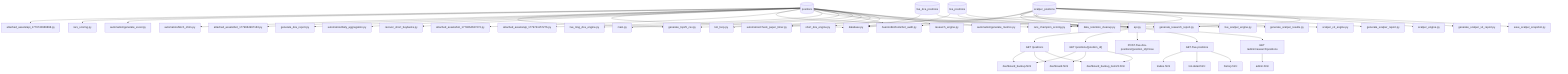
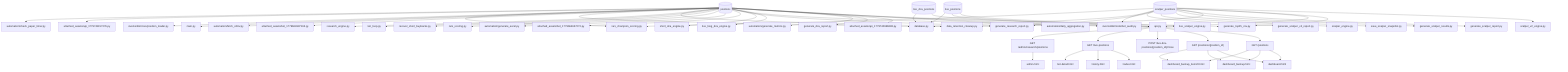
graph TD
+     positions[("positions")] --> automation_daily_aggregation_py["automation/daily_aggregation.py"]
+     positions[("positions")] --> AverionBot_tools_bot_audit_py["AverionBot/tools/bot_audit.py"]
    positions[("positions")] --> attached_assets_api_1779740966898_py["attached_assets/api_1779740966898.py"]
-     positions[("positions")] --> rars_scoring_py["rars_scoring.py"]
-     positions[("positions")] --> automation_generate_excel_py["automation/generate_excel.py"]
+     positions[("positions")] --> generate_dca_report_py["generate_dca_report.py"]
+     positions[("positions")] --> automation_generate_metrics_py["automation/generate_metrics.py"]
    positions[("positions")] --> generate_top25_csv_py["generate_top25_csv.py"]
-     positions[("positions")] --> automation_fetch_ohlcv_py["automation/fetch_ohlcv.py"]
-     positions[("positions")] --> attached_assets_bot_1779664997163_py["attached_assets/bot_1779664997163.py"]
-     positions[("positions")] --> generate_dca_report_py["generate_dca_report.py"]
-     positions[("positions")] --> database_py["database.py"]
-     positions[("positions")] --> automation_daily_aggregation_py["automation/daily_aggregation.py"]
-     positions[("positions")] --> recover_short_buybacks_py["recover_short_buybacks.py"]
-     positions[("positions")] --> rars_champion_scoring_py["rars_champion_scoring.py"]
-     positions[("positions")] --> attached_assets_bot_1779664637272_py["attached_assets/bot_1779664637272.py"]
-     positions[("positions")] --> generate_research_report_py["generate_research_report.py"]
-     positions[("positions")] --> attached_assets_api_1779741157276_py["attached_assets/api_1779741157276.py"]
-     positions[("positions")] --> AverionBot_tools_bot_audit_py["AverionBot/tools/bot_audit.py"]
-     positions[("positions")] --> data_retention_cleanup_py["data_retention_cleanup.py"]
    positions[("positions")] --> live_long_dca_engine_py["live_long_dca_engine.py"]
    positions[("positions")] --> api_py["api.py"]
+     positions[("positions")] --> short_dca_engine_py["short_dca_engine.py"]
+     positions[("positions")] --> generate_research_report_py["generate_research_report.py"]
+     positions[("positions")] --> attached_assets_bot_1779664637272_py["attached_assets/bot_1779664637272.py"]
+     positions[("positions")] --> automation_generate_excel_py["automation/generate_excel.py"]
+     positions[("positions")] --> rars_scoring_py["rars_scoring.py"]
+     positions[("positions")] --> recover_short_buybacks_py["recover_short_buybacks.py"]
+     positions[("positions")] --> bot_loop_py["bot_loop.py"]
+     positions[("positions")] --> research_engine_py["research_engine.py"]
+     positions[("positions")] --> data_retention_cleanup_py["data_retention_cleanup.py"]
+     positions[("positions")] --> database_py["database.py"]
+     positions[("positions")] --> attached_assets_bot_1779664997163_py["attached_assets/bot_1779664997163.py"]
+     positions[("positions")] --> automation_fetch_ohlcv_py["automation/fetch_ohlcv.py"]
    positions[("positions")] --> main_py["main.py"]
-     positions[("positions")] --> bot_loop_py["bot_loop.py"]
+     positions[("positions")] --> AverionBot_core_position_loader_py["AverionBot/core/position_loader.py"]
+     positions[("positions")] --> rars_champion_scoring_py["rars_champion_scoring.py"]
+     positions[("positions")] --> attached_assets_api_1779741157276_py["attached_assets/api_1779741157276.py"]
    positions[("positions")] --> automation_check_paper_timer_py["automation/check_paper_timer.py"]
-     positions[("positions")] --> short_dca_engine_py["short_dca_engine.py"]
-     positions[("positions")] --> research_engine_py["research_engine.py"]
-     positions[("positions")] --> automation_generate_metrics_py["automation/generate_metrics.py"]
+     live_dca_positions[("live_dca_positions")] --> api_py["api.py"]
    live_dca_positions[("live_dca_positions")] --> database_py["database.py"]
-     live_dca_positions[("live_dca_positions")] --> api_py["api.py"]
+     live_positions[("live_positions")] --> live_scalper_engine_py["live_scalper_engine.py"]
+     live_positions[("live_positions")] --> api_py["api.py"]
    live_positions[("live_positions")] --> database_py["database.py"]
-     live_positions[("live_positions")] --> api_py["api.py"]
-     live_positions[("live_positions")] --> live_scalper_engine_py["live_scalper_engine.py"]
+     scalper_positions[("scalper_positions")] --> scalper_v2_engine_py["scalper_v2_engine.py"]
+     scalper_positions[("scalper_positions")] --> generate_top25_csv_py["generate_top25_csv.py"]
+     scalper_positions[("scalper_positions")] --> api_py["api.py"]
+     scalper_positions[("scalper_positions")] --> data_retention_cleanup_py["data_retention_cleanup.py"]
+     scalper_positions[("scalper_positions")] --> generate_scalper_report_py["generate_scalper_report.py"]
    scalper_positions[("scalper_positions")] --> generate_scalper_results_py["generate_scalper_results.py"]
-     scalper_positions[("scalper_positions")] --> AverionBot_tools_bot_audit_py["AverionBot/tools/bot_audit.py"]
-     scalper_positions[("scalper_positions")] --> database_py["database.py"]
-     scalper_positions[("scalper_positions")] --> data_retention_cleanup_py["data_retention_cleanup.py"]
-     scalper_positions[("scalper_positions")] --> scalper_v2_engine_py["scalper_v2_engine.py"]
-     scalper_positions[("scalper_positions")] --> api_py["api.py"]
-     scalper_positions[("scalper_positions")] --> generate_top25_csv_py["generate_top25_csv.py"]
-     scalper_positions[("scalper_positions")] --> generate_scalper_report_py["generate_scalper_report.py"]
-     scalper_positions[("scalper_positions")] --> rars_champion_scoring_py["rars_champion_scoring.py"]
+     scalper_positions[("scalper_positions")] --> save_scalper_snapshot_py["save_scalper_snapshot.py"]
    scalper_positions[("scalper_positions")] --> scalper_engine_py["scalper_engine.py"]
    scalper_positions[("scalper_positions")] --> generate_scalper_v2_report_py["generate_scalper_v2_report.py"]
-     scalper_positions[("scalper_positions")] --> save_scalper_snapshot_py["save_scalper_snapshot.py"]
    scalper_positions[("scalper_positions")] --> generate_research_report_py["generate_research_report.py"]
+     scalper_positions[("scalper_positions")] --> database_py["database.py"]
+     scalper_positions[("scalper_positions")] --> AverionBot_tools_bot_audit_py["AverionBot/tools/bot_audit.py"]
+     scalper_positions[("scalper_positions")] --> rars_champion_scoring_py["rars_champion_scoring.py"]
    api_py --> _positions["GET /positions"]
+     _positions --> dashboard_html["dashboard.html"]
    _positions --> dashboard_backup_html["dashboard_backup.html"]
-     _positions --> dashboard_html["dashboard.html"]
    _positions --> dashboard_backup_item23_html["dashboard_backup_item23.html"]
    api_py --> _positions_position_id["GET /positions/{position_id}"]
+     _positions_position_id --> dashboard_html["dashboard.html"]
    _positions_position_id --> dashboard_backup_html["dashboard_backup.html"]
-     _positions_position_id --> dashboard_html["dashboard.html"]
    _positions_position_id --> dashboard_backup_item23_html["dashboard_backup_item23.html"]
    api_py --> _live-dca-positions_position_id_close["POST /live-dca-positions/{position_id}/close"]
    api_py --> _live-positions["GET /live-positions"]
    _live-positions --> trades_html["trades.html"]
+     _live-positions --> history_html["history.html"]
    _live-positions --> bot-detail_html["bot-detail.html"]
-     _live-positions --> history_html["history.html"]
    api_py --> _admin_research_positions["GET /admin/research/positions"]
    _admin_research_positions --> admin_html["admin.html"]
